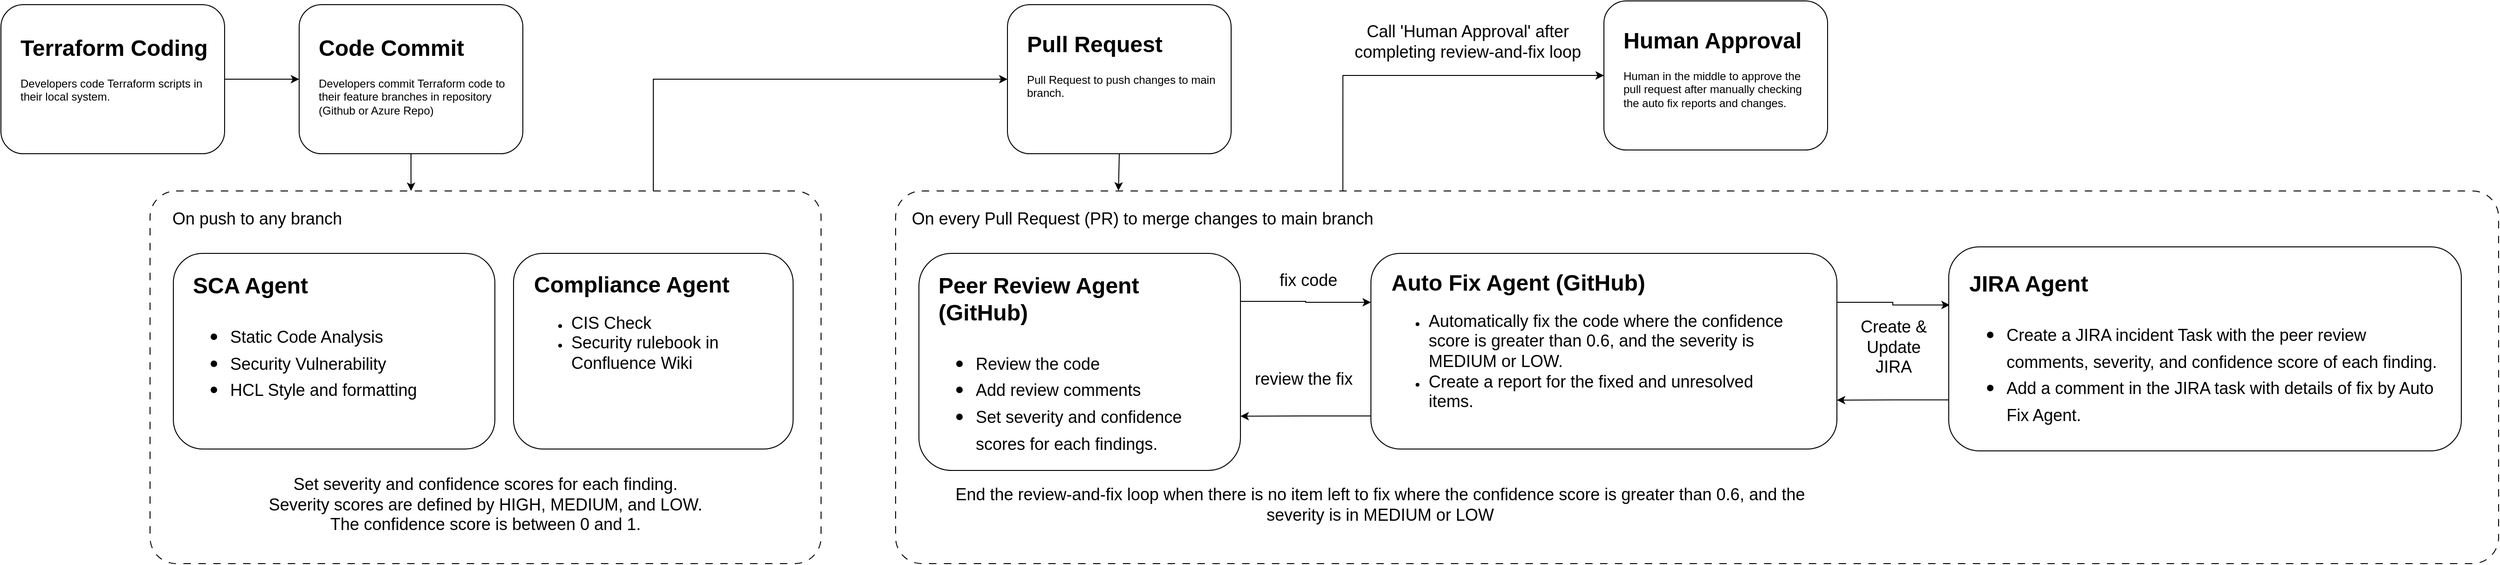
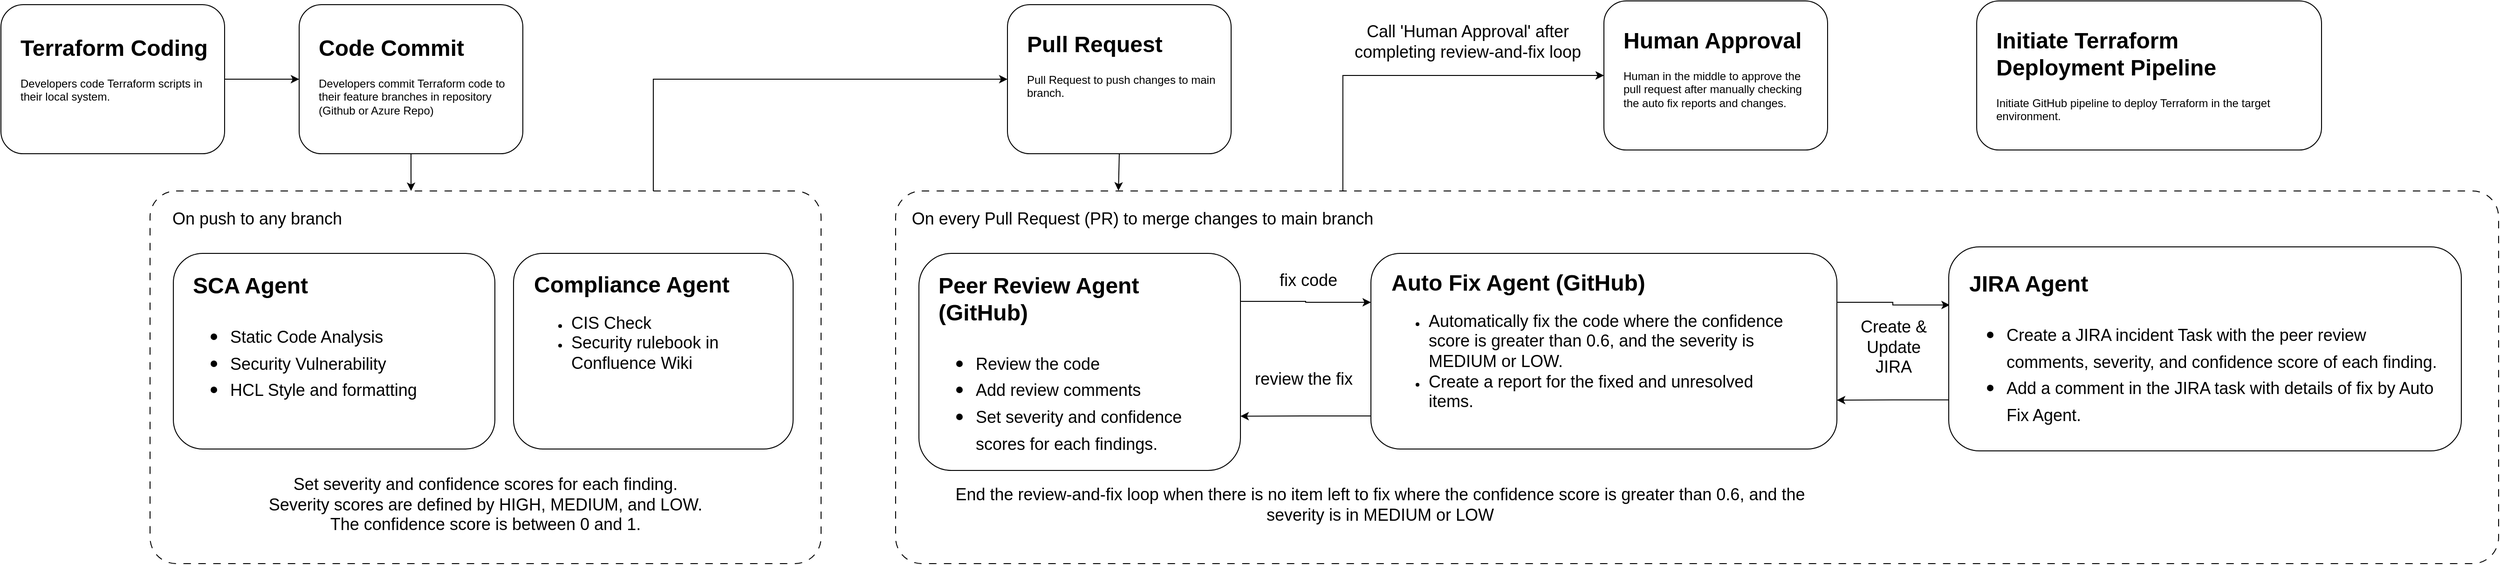
<mxfile host="app.diagrams.net">
  <diagram name="Page-1" id="llQ14HlxIDWXj9B5HY60">
    <mxGraphModel dx="1006" dy="638" grid="1" gridSize="10" guides="1" tooltips="1" connect="1" arrows="1" fold="1" page="1" pageScale="1" pageWidth="850" pageHeight="1100" math="0" shadow="0">
      <root>
        <mxCell id="0" />
        <mxCell id="1" parent="0" />
        <mxCell id="IWc9zJM8tDhvkjJ2dRjy-13" edge="1" parent="1" source="IWc9zJM8tDhvkjJ2dRjy-5" style="edgeStyle=orthogonalEdgeStyle;rounded=0;orthogonalLoop=1;jettySize=auto;html=1;entryX=0;entryY=0.5;entryDx=0;entryDy=0;exitX=0.75;exitY=0;exitDx=0;exitDy=0;" target="IWc9zJM8tDhvkjJ2dRjy-1">
          <mxGeometry relative="1" as="geometry" />
        </mxCell>
        <mxCell id="oJW8UGhNAXkty13G2p3x-1" parent="1" style="rounded=1;whiteSpace=wrap;html=1;" value="" vertex="1">
          <mxGeometry height="160" width="240" x="440" y="200" as="geometry" />
        </mxCell>
        <mxCell id="oJW8UGhNAXkty13G2p3x-3" parent="1" style="text;html=1;whiteSpace=wrap;overflow=hidden;rounded=0;" value="&lt;h1 style=&quot;margin-top: 0px;&quot;&gt;Code Commit&lt;/h1&gt;&lt;p&gt;Developers commit Terraform code to their feature branches in repository (Github or Azure Repo)&lt;/p&gt;" vertex="1">
          <mxGeometry height="100" width="210" x="459" y="226" as="geometry" />
        </mxCell>
        <mxCell id="IWc9zJM8tDhvkjJ2dRjy-35" edge="1" parent="1" source="IWc9zJM8tDhvkjJ2dRjy-14" style="edgeStyle=orthogonalEdgeStyle;rounded=0;orthogonalLoop=1;jettySize=auto;html=1;entryX=0;entryY=0.5;entryDx=0;entryDy=0;exitX=0.279;exitY=0.025;exitDx=0;exitDy=0;exitPerimeter=0;" target="IWc9zJM8tDhvkjJ2dRjy-33">
          <mxGeometry relative="1" as="geometry">
            <Array as="points">
              <mxPoint x="1560" y="276" />
            </Array>
          </mxGeometry>
        </mxCell>
        <mxCell id="IWc9zJM8tDhvkjJ2dRjy-1" parent="1" style="rounded=1;whiteSpace=wrap;html=1;" value="" vertex="1">
          <mxGeometry height="160" width="240" x="1200" y="200" as="geometry" />
        </mxCell>
        <mxCell id="IWc9zJM8tDhvkjJ2dRjy-2" parent="1" style="text;html=1;whiteSpace=wrap;overflow=hidden;rounded=0;" value="&lt;h1 style=&quot;margin-top: 0px;&quot;&gt;Pull Request&lt;/h1&gt;&lt;p&gt;Pull Request to push changes to main branch.&lt;/p&gt;" vertex="1">
          <mxGeometry height="100" width="210" x="1219" y="222" as="geometry" />
        </mxCell>
        <mxCell id="IWc9zJM8tDhvkjJ2dRjy-12" edge="1" parent="1" source="IWc9zJM8tDhvkjJ2dRjy-3" style="edgeStyle=orthogonalEdgeStyle;rounded=0;orthogonalLoop=1;jettySize=auto;html=1;exitX=1;exitY=0.5;exitDx=0;exitDy=0;entryX=0;entryY=0.5;entryDx=0;entryDy=0;" target="oJW8UGhNAXkty13G2p3x-1">
          <mxGeometry relative="1" as="geometry" />
        </mxCell>
        <mxCell id="IWc9zJM8tDhvkjJ2dRjy-3" parent="1" style="rounded=1;whiteSpace=wrap;html=1;" value="" vertex="1">
          <mxGeometry height="160" width="240" x="120" y="200" as="geometry" />
        </mxCell>
        <mxCell id="IWc9zJM8tDhvkjJ2dRjy-4" parent="1" style="text;html=1;whiteSpace=wrap;overflow=hidden;rounded=0;" value="&lt;h1 style=&quot;margin-top: 0px;&quot;&gt;Terraform Coding&lt;/h1&gt;&lt;p&gt;Developers code Terraform scripts in their local system.&lt;/p&gt;" vertex="1">
          <mxGeometry height="100" width="210" x="139" y="226" as="geometry" />
        </mxCell>
        <mxCell id="IWc9zJM8tDhvkjJ2dRjy-5" parent="1" style="rounded=1;whiteSpace=wrap;html=1;arcSize=7;dashed=1;dashPattern=8 8;" value="" vertex="1">
          <mxGeometry height="400" width="720" x="280" y="400" as="geometry" />
        </mxCell>
        <mxCell id="IWc9zJM8tDhvkjJ2dRjy-6" parent="1" style="text;html=1;whiteSpace=wrap;strokeColor=none;fillColor=none;align=center;verticalAlign=middle;rounded=0;" value="&lt;font style=&quot;font-size: 18px;&quot;&gt;On push to any branch&lt;/font&gt;" vertex="1">
          <mxGeometry height="30" width="210" x="290" y="415" as="geometry" />
        </mxCell>
        <mxCell id="IWc9zJM8tDhvkjJ2dRjy-7" parent="1" style="rounded=1;whiteSpace=wrap;html=1;" value="" vertex="1">
          <mxGeometry height="210" width="345" x="305" y="467" as="geometry" />
        </mxCell>
        <mxCell id="IWc9zJM8tDhvkjJ2dRjy-8" parent="1" style="text;html=1;whiteSpace=wrap;overflow=hidden;rounded=0;" value="&lt;h1 style=&quot;margin-top: 0px;&quot;&gt;SCA Agent&lt;/h1&gt;&lt;h1 style=&quot;margin-top: 0px;&quot;&gt;&lt;p style=&quot;font-size: 12px; font-weight: 400;&quot;&gt;&lt;/p&gt;&lt;ul&gt;&lt;li&gt;&lt;span style=&quot;font-size: 18px; font-weight: normal;&quot;&gt;Static Code Analysis&lt;/span&gt;&lt;/li&gt;&lt;li&gt;&lt;span style=&quot;font-size: 18px; font-weight: normal;&quot;&gt;Security Vulnerability&lt;/span&gt;&lt;/li&gt;&lt;li&gt;&lt;span style=&quot;font-size: 18px; font-weight: normal;&quot;&gt;HCL Style and formatting&lt;/span&gt;&lt;/li&gt;&lt;/ul&gt;&lt;p&gt;&lt;/p&gt;&lt;/h1&gt;" vertex="1">
          <mxGeometry height="183" width="306" x="324" y="481" as="geometry" />
        </mxCell>
        <mxCell id="IWc9zJM8tDhvkjJ2dRjy-9" parent="1" style="rounded=1;whiteSpace=wrap;html=1;" value="" vertex="1">
          <mxGeometry height="210" width="300" x="670" y="467" as="geometry" />
        </mxCell>
        <mxCell id="IWc9zJM8tDhvkjJ2dRjy-10" parent="1" style="text;html=1;whiteSpace=wrap;overflow=hidden;rounded=0;" value="&lt;h1 style=&quot;margin-top: 0px;&quot;&gt;Compliance Agent&lt;/h1&gt;&lt;p&gt;&lt;/p&gt;&lt;ul&gt;&lt;li&gt;&lt;span style=&quot;font-size: 18px;&quot;&gt;CIS Check&lt;/span&gt;&lt;/li&gt;&lt;li&gt;&lt;span style=&quot;font-size: 18px;&quot;&gt;Security rulebook in Confluence Wiki&lt;/span&gt;&lt;/li&gt;&lt;/ul&gt;&lt;p&gt;&lt;/p&gt;" vertex="1">
          <mxGeometry height="180" width="269" x="690" y="480" as="geometry" />
        </mxCell>
        <mxCell id="IWc9zJM8tDhvkjJ2dRjy-11" edge="1" parent="1" source="oJW8UGhNAXkty13G2p3x-1" style="edgeStyle=orthogonalEdgeStyle;rounded=0;orthogonalLoop=1;jettySize=auto;html=1;exitX=0.5;exitY=1;exitDx=0;exitDy=0;entryX=0.389;entryY=0;entryDx=0;entryDy=0;entryPerimeter=0;" target="IWc9zJM8tDhvkjJ2dRjy-5">
          <mxGeometry relative="1" as="geometry" />
        </mxCell>
        <mxCell id="IWc9zJM8tDhvkjJ2dRjy-14" parent="1" style="rounded=1;whiteSpace=wrap;html=1;arcSize=7;dashed=1;dashPattern=8 8;" value="" vertex="1">
          <mxGeometry height="400" width="1720" x="1080" y="400" as="geometry" />
        </mxCell>
        <mxCell id="IWc9zJM8tDhvkjJ2dRjy-15" parent="1" style="text;html=1;whiteSpace=wrap;strokeColor=none;fillColor=none;align=center;verticalAlign=middle;rounded=0;" value="&lt;font style=&quot;font-size: 18px;&quot;&gt;On every Pull Request (PR) to merge changes to main branch&lt;/font&gt;" vertex="1">
          <mxGeometry height="30" width="510" x="1090" y="415" as="geometry" />
        </mxCell>
        <mxCell id="IWc9zJM8tDhvkjJ2dRjy-22" edge="1" parent="1" source="IWc9zJM8tDhvkjJ2dRjy-16" style="edgeStyle=orthogonalEdgeStyle;rounded=0;orthogonalLoop=1;jettySize=auto;html=1;exitX=1;exitY=0.221;exitDx=0;exitDy=0;entryX=0;entryY=0.25;entryDx=0;entryDy=0;exitPerimeter=0;" target="IWc9zJM8tDhvkjJ2dRjy-18">
          <mxGeometry relative="1" as="geometry" />
        </mxCell>
        <mxCell id="IWc9zJM8tDhvkjJ2dRjy-16" parent="1" style="rounded=1;whiteSpace=wrap;html=1;" value="" vertex="1">
          <mxGeometry height="233" width="345" x="1105" y="467" as="geometry" />
        </mxCell>
        <mxCell id="IWc9zJM8tDhvkjJ2dRjy-17" parent="1" style="text;html=1;whiteSpace=wrap;overflow=hidden;rounded=0;" value="&lt;h1 style=&quot;margin-top: 0px;&quot;&gt;Peer Review Agent (GitHub)&lt;/h1&gt;&lt;h1 style=&quot;margin-top: 0px;&quot;&gt;&lt;p style=&quot;font-size: 12px; font-weight: 400;&quot;&gt;&lt;/p&gt;&lt;ul&gt;&lt;li&gt;&lt;span style=&quot;font-size: 18px; font-weight: 400;&quot;&gt;Review the code&lt;/span&gt;&lt;/li&gt;&lt;li&gt;&lt;span style=&quot;font-size: 18px; font-weight: 400;&quot;&gt;Add review comments&lt;/span&gt;&lt;/li&gt;&lt;li&gt;&lt;span style=&quot;font-size: 18px; font-weight: 400;&quot;&gt;Set severity and confidence scores for each findings.&lt;/span&gt;&lt;/li&gt;&lt;/ul&gt;&lt;p&gt;&lt;/p&gt;&lt;/h1&gt;" vertex="1">
          <mxGeometry height="209" width="306" x="1124" y="481" as="geometry" />
        </mxCell>
        <mxCell id="IWc9zJM8tDhvkjJ2dRjy-23" edge="1" parent="1" source="IWc9zJM8tDhvkjJ2dRjy-18" style="edgeStyle=orthogonalEdgeStyle;rounded=0;orthogonalLoop=1;jettySize=auto;html=1;exitX=0;exitY=0.831;exitDx=0;exitDy=0;entryX=1;entryY=0.75;entryDx=0;entryDy=0;exitPerimeter=0;" target="IWc9zJM8tDhvkjJ2dRjy-16">
          <mxGeometry relative="1" as="geometry" />
        </mxCell>
        <mxCell id="IWc9zJM8tDhvkjJ2dRjy-31" edge="1" parent="1" source="IWc9zJM8tDhvkjJ2dRjy-18" style="edgeStyle=orthogonalEdgeStyle;rounded=0;orthogonalLoop=1;jettySize=auto;html=1;exitX=1;exitY=0.25;exitDx=0;exitDy=0;entryX=0.002;entryY=0.285;entryDx=0;entryDy=0;entryPerimeter=0;" target="IWc9zJM8tDhvkjJ2dRjy-27">
          <mxGeometry relative="1" as="geometry" />
        </mxCell>
        <mxCell id="IWc9zJM8tDhvkjJ2dRjy-18" parent="1" style="rounded=1;whiteSpace=wrap;html=1;" value="" vertex="1">
          <mxGeometry height="210" width="500" x="1590" y="467" as="geometry" />
        </mxCell>
        <mxCell id="IWc9zJM8tDhvkjJ2dRjy-19" parent="1" style="text;html=1;whiteSpace=wrap;overflow=hidden;rounded=0;" value="&lt;h1 style=&quot;margin-top: 0px;&quot;&gt;Auto Fix Agent (GitHub)&lt;/h1&gt;&lt;p&gt;&lt;/p&gt;&lt;ul&gt;&lt;li&gt;&lt;span style=&quot;font-size: 18px;&quot;&gt;Automatically fix the code where the confidence score is greater than 0.6, and the severity is MEDIUM or LOW.&amp;nbsp;&lt;/span&gt;&lt;/li&gt;&lt;li&gt;&lt;span style=&quot;font-size: 18px;&quot;&gt;Create a report for the fixed and unresolved items.&lt;/span&gt;&lt;/li&gt;&lt;/ul&gt;&lt;p&gt;&lt;/p&gt;" vertex="1">
          <mxGeometry height="192" width="440" x="1610" y="478" as="geometry" />
        </mxCell>
        <mxCell id="IWc9zJM8tDhvkjJ2dRjy-20" parent="1" style="text;whiteSpace=wrap;fontSize=18;align=center;" value="Set severity and confidence scores for each finding.&#xa;Severity scores are defined by HIGH, MEDIUM, and LOW.&#xa;The confidence score is between 0 and 1." vertex="1">
          <mxGeometry height="77" width="640" x="320" y="698" as="geometry" />
        </mxCell>
        <mxCell id="IWc9zJM8tDhvkjJ2dRjy-21" edge="1" parent="1" source="IWc9zJM8tDhvkjJ2dRjy-1" style="edgeStyle=orthogonalEdgeStyle;rounded=0;orthogonalLoop=1;jettySize=auto;html=1;exitX=0.5;exitY=1;exitDx=0;exitDy=0;entryX=0.139;entryY=-0.001;entryDx=0;entryDy=0;entryPerimeter=0;" target="IWc9zJM8tDhvkjJ2dRjy-14">
          <mxGeometry relative="1" as="geometry" />
        </mxCell>
        <mxCell id="IWc9zJM8tDhvkjJ2dRjy-24" parent="1" style="text;html=1;whiteSpace=wrap;strokeColor=none;fillColor=none;align=center;verticalAlign=middle;rounded=0;" value="&lt;font style=&quot;font-size: 18px;&quot;&gt;fix code&lt;/font&gt;" vertex="1">
          <mxGeometry height="30" width="82" x="1482" y="481" as="geometry" />
        </mxCell>
        <mxCell id="IWc9zJM8tDhvkjJ2dRjy-25" parent="1" style="text;html=1;whiteSpace=wrap;strokeColor=none;fillColor=none;align=center;verticalAlign=middle;rounded=0;" value="&lt;font style=&quot;font-size: 18px;&quot;&gt;review the fix&lt;/font&gt;" vertex="1">
          <mxGeometry height="30" width="120" x="1458" y="587" as="geometry" />
        </mxCell>
        <mxCell id="IWc9zJM8tDhvkjJ2dRjy-26" parent="1" style="text;html=1;whiteSpace=wrap;strokeColor=none;fillColor=none;align=center;verticalAlign=middle;rounded=0;" value="&lt;font style=&quot;font-size: 18px;&quot;&gt;End the review-and-fix loop when there is no item left to fix where the confidence score is greater than 0.6, and the severity is in MEDIUM or LOW&lt;/font&gt;" vertex="1">
          <mxGeometry height="50" width="980" x="1110" y="711.5" as="geometry" />
        </mxCell>
        <mxCell id="IWc9zJM8tDhvkjJ2dRjy-30" edge="1" parent="1" source="IWc9zJM8tDhvkjJ2dRjy-27" style="edgeStyle=orthogonalEdgeStyle;rounded=0;orthogonalLoop=1;jettySize=auto;html=1;exitX=0;exitY=0.75;exitDx=0;exitDy=0;entryX=1;entryY=0.75;entryDx=0;entryDy=0;" target="IWc9zJM8tDhvkjJ2dRjy-18">
          <mxGeometry relative="1" as="geometry" />
        </mxCell>
        <mxCell id="IWc9zJM8tDhvkjJ2dRjy-27" parent="1" style="rounded=1;whiteSpace=wrap;html=1;" value="" vertex="1">
          <mxGeometry height="219" width="550" x="2210" y="460" as="geometry" />
        </mxCell>
        <mxCell id="IWc9zJM8tDhvkjJ2dRjy-28" parent="1" style="text;html=1;whiteSpace=wrap;overflow=hidden;rounded=0;" value="&lt;h1 style=&quot;margin-top: 0px;&quot;&gt;JIRA Agent&lt;/h1&gt;&lt;h1 style=&quot;margin-top: 0px;&quot;&gt;&lt;p style=&quot;font-size: 12px; font-weight: 400;&quot;&gt;&lt;/p&gt;&lt;ul&gt;&lt;li&gt;&lt;span style=&quot;font-size: 18px; font-weight: 400;&quot;&gt;Create a JIRA incident Task with the peer review comments, severity, and confidence score of each finding.&lt;/span&gt;&lt;/li&gt;&lt;li&gt;&lt;span style=&quot;font-size: 18px; font-weight: 400;&quot;&gt;Add a comment in the JIRA task with details of fix by Auto Fix Agent.&lt;/span&gt;&lt;/li&gt;&lt;/ul&gt;&lt;p&gt;&lt;/p&gt;&lt;/h1&gt;" vertex="1">
          <mxGeometry height="191" width="510" x="2230" y="479" as="geometry" />
        </mxCell>
        <mxCell id="IWc9zJM8tDhvkjJ2dRjy-32" parent="1" style="text;html=1;whiteSpace=wrap;strokeColor=none;fillColor=none;align=center;verticalAlign=middle;rounded=0;" value="&lt;font style=&quot;font-size: 18px;&quot;&gt;Create &amp;amp; Update JIRA&lt;/font&gt;" vertex="1">
          <mxGeometry height="57.5" width="102" x="2100" y="539" as="geometry" />
        </mxCell>
        <mxCell id="IWc9zJM8tDhvkjJ2dRjy-33" parent="1" style="rounded=1;whiteSpace=wrap;html=1;" value="" vertex="1">
          <mxGeometry height="160" width="240" x="1840" y="196" as="geometry" />
        </mxCell>
        <mxCell id="IWc9zJM8tDhvkjJ2dRjy-34" parent="1" style="text;html=1;whiteSpace=wrap;overflow=hidden;rounded=0;" value="&lt;h1 style=&quot;margin-top: 0px;&quot;&gt;Human Approval&lt;/h1&gt;&lt;p&gt;Human in the middle to approve the pull request after manually checking the auto fix reports and changes.&amp;nbsp;&lt;/p&gt;" vertex="1">
          <mxGeometry height="100" width="210" x="1859" y="218" as="geometry" />
        </mxCell>
        <mxCell id="IWc9zJM8tDhvkjJ2dRjy-36" parent="1" style="text;html=1;whiteSpace=wrap;strokeColor=none;fillColor=none;align=center;verticalAlign=middle;rounded=0;" value="&lt;font style=&quot;font-size: 18px;&quot;&gt;Call &#39;Human Approval&#39; after completing review-and-fix loop&lt;/font&gt;" vertex="1">
          <mxGeometry height="60" width="248" x="1570" y="210" as="geometry" />
        </mxCell>
+         <mxCell id="IWc9zJM8tDhvkjJ2dRjy-37" parent="1" style="rounded=1;whiteSpace=wrap;html=1;" value="" vertex="1">
+           <mxGeometry height="160" width="370" x="2240" y="196" as="geometry" />
+         </mxCell>
+         <mxCell id="IWc9zJM8tDhvkjJ2dRjy-38" parent="1" style="text;html=1;whiteSpace=wrap;overflow=hidden;rounded=0;" value="&lt;h1 style=&quot;margin-top: 0px;&quot;&gt;Initiate Terraform Deployment Pipeline&lt;/h1&gt;&lt;p&gt;Initiate GitHub pipeline to deploy Terraform in the target environment.&amp;nbsp;&amp;nbsp;&lt;/p&gt;" vertex="1">
+           <mxGeometry height="112" width="341" x="2259" y="218" as="geometry" />
+         </mxCell>
      </root>
    </mxGraphModel>
  </diagram>
</mxfile>
